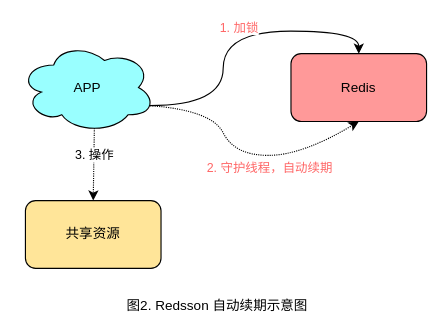
ssezhangpeng/what-is-it keeps this draw.io diagram as 001-分布式锁/picture/what-is-it-001-004.drawio. Above is the earlier version. Source tidied: cells renumbered, new cells numbered last; positions are measured from the earlier drawing's top-left corner, leaving out a move shared by most shapes. Both pictures are drawn from the tidied source at 113%, with x=0, y=0 at pixel (19, 42).
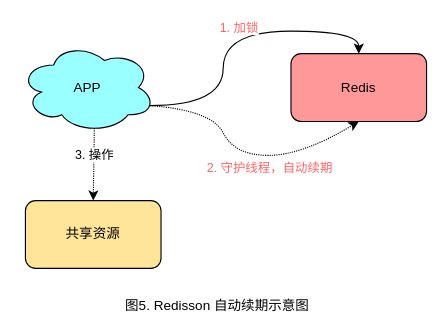
The same page after the edit.

What changed in the source:
```diff
@@
 <mxGraphModel>
   <root>
     <mxCell id="0" />
     <mxCell id="1" parent="0" />
     <mxCell id="2" value="APP" style="ellipse;shape=cloud;whiteSpace=wrap;html=1;fillStyle=auto;fillColor=#99FFFF;" parent="1" vertex="1">
       <mxGeometry width="120" height="80" as="geometry" />
     </mxCell>
     <mxCell id="3" value="共享资源" style="rounded=1;whiteSpace=wrap;html=1;fillColor=#FFE599;" parent="1" vertex="1">
       <mxGeometry x="5" y="140" width="120" height="60" as="geometry" />
     </mxCell>
     <mxCell id="4" value="Redis" style="rounded=1;whiteSpace=wrap;html=1;fillColor=#FF9999;" parent="1" vertex="1">
       <mxGeometry x="240" y="10" width="120" height="60" as="geometry" />
     </mxCell>
     <mxCell id="5" style="endArrow=classic;html=1;rounded=0;exitX=0.96;exitY=0.7;exitDx=0;exitDy=0;exitPerimeter=0;entryX=0.5;entryY=0;entryDx=0;entryDy=0;edgeStyle=orthogonalEdgeStyle;curved=1;" parent="1" edge="1" source="2" target="4">
       <mxGeometry relative="1" as="geometry" />
     </mxCell>
     <mxCell id="6" value="&lt;font color=&quot;#ff6666&quot;&gt;1. 加锁&lt;/font&gt;" style="edgeLabel;html=1;align=center;verticalAlign=middle;" parent="5" vertex="1">
       <mxGeometry x="0.05" y="-8" relative="1" as="geometry">
         <mxPoint x="2" y="-12" as="offset" />
       </mxGeometry>
     </mxCell>
     <mxCell id="7" style="curved=1;endArrow=classic;html=1;rounded=0;exitX=0.96;exitY=0.7;exitDx=0;exitDy=0;exitPerimeter=0;entryX=0.5;entryY=1;entryDx=0;entryDy=0;dashed=1;dashPattern=1 1;" parent="1" edge="1" source="2" target="4">
       <mxGeometry relative="1" as="geometry">
         <Array as="points">
           <mxPoint x="170" y="60" />
           <mxPoint x="190" y="100" />
           <mxPoint x="250" y="100" />
         </Array>
       </mxGeometry>
     </mxCell>
     <mxCell id="8" value="&lt;font color=&quot;#ff6666&quot;&gt;2. 守护线程，自动续期&lt;/font&gt;" style="edgeLabel;html=1;align=center;verticalAlign=middle;" parent="7" vertex="1">
       <mxGeometry x="0.01" y="7" relative="1" as="geometry">
         <mxPoint x="20" y="17" as="offset" />
       </mxGeometry>
     </mxCell>
     <mxCell id="9" style="endArrow=classic;html=1;rounded=0;dashed=1;dashPattern=1 1;curved=1;exitX=0.55;exitY=0.95;exitDx=0;exitDy=0;exitPerimeter=0;entryX=0.5;entryY=0;entryDx=0;entryDy=0;" parent="1" edge="1" source="2" target="3">
       <mxGeometry relative="1" as="geometry" />
     </mxCell>
     <mxCell id="10" value="3. 操作" style="edgeLabel;html=1;align=center;verticalAlign=middle;" parent="9" vertex="1">
       <mxGeometry x="-0.25" relative="1" as="geometry" />
     </mxCell>
-    <mxCell id="11" value="&lt;font color=&quot;#000000&quot;&gt;图2. Redsson 自动续期示意图&lt;/font&gt;" style="text;html=1;strokeColor=none;fillColor=none;align=center;verticalAlign=middle;whiteSpace=wrap;rounded=0;fillStyle=auto;fontColor=#FF6666;" parent="1" vertex="1">
+    <mxCell id="11" value="&lt;font color=&quot;#000000&quot;&gt;图5. Redisson 自动续期示意图&lt;/font&gt;" style="text;html=1;strokeColor=none;fillColor=none;align=center;verticalAlign=middle;whiteSpace=wrap;rounded=0;fillStyle=auto;fontColor=#FF6666;" parent="1" vertex="1">
       <mxGeometry x="90" y="223" width="170" height="20" as="geometry" />
     </mxCell>
   </root>
 </mxGraphModel>
```
